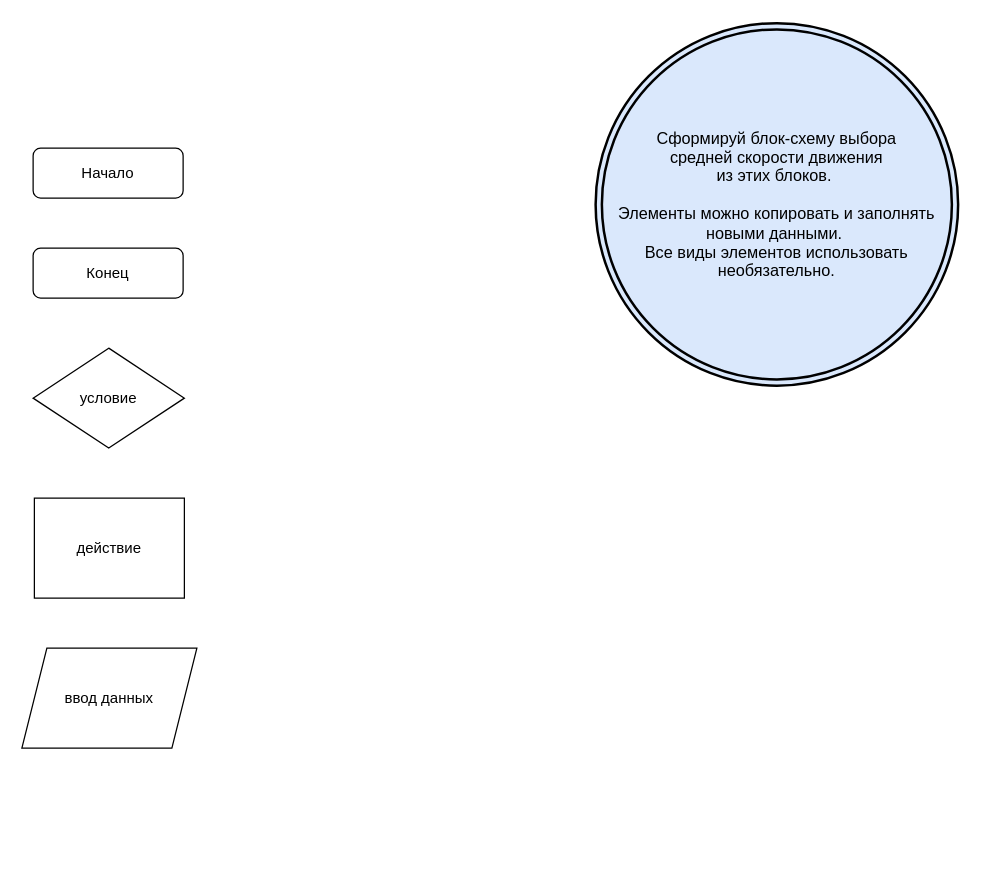
FreeStailer/QA_engineer keeps this draw.io diagram as yandex-routes-block-diagram.drawio. Above is the earlier version. Source tidied: cells renumbered, new cells numbered last; positions are measured from the earlier drawing's top-left corner, leaving out a move shared by most shapes. Both pictures are drawn from the tidied source at 125%, with x=0, y=0 at pixel (21, 22).
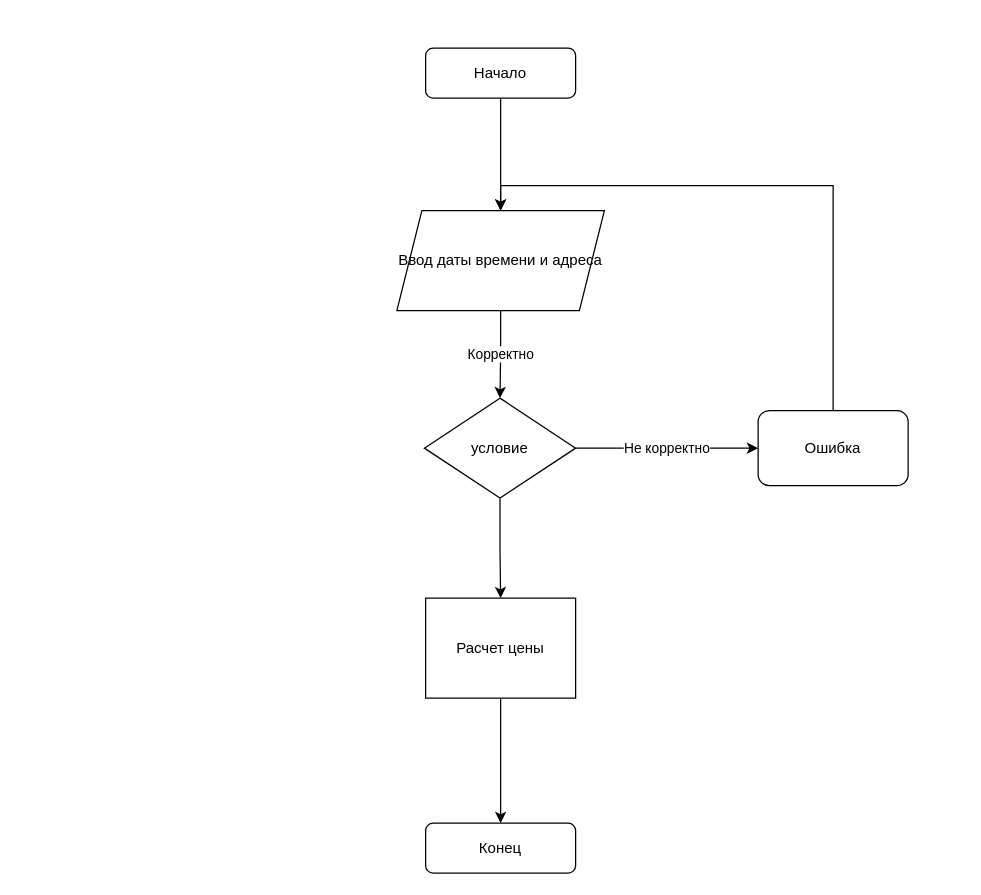
After the change.

The edit, as a diff of the source:
```diff
@@
 <mxGraphModel>
   <root>
     <mxCell id="0" />
     <mxCell id="1" parent="0" />
+    <mxCell id="8" style="edgeStyle=orthogonalEdgeStyle;rounded=0;jettySize=auto;html=1;" parent="1" edge="1" source="2" target="6">
+      <mxGeometry relative="1" as="geometry" />
+    </mxCell>
     <mxCell id="2" value="Начало" style="rounded=1;whiteSpace=wrap;html=1;" parent="1" vertex="1">
-      <mxGeometry x="9" y="100" width="120" height="40" as="geometry" />
+      <mxGeometry x="323" y="20" width="120" height="40" as="geometry" />
     </mxCell>
     <mxCell id="3" value="Конец" style="rounded=1;whiteSpace=wrap;html=1;" parent="1" vertex="1">
-      <mxGeometry x="9" y="180" width="120" height="40" as="geometry" />
+      <mxGeometry x="323" y="640" width="120" height="40" as="geometry" />
     </mxCell>
+    <mxCell id="9" style="edgeStyle=orthogonalEdgeStyle;rounded=0;jettySize=auto;html=1;" parent="1" edge="1" source="4" target="5">
+      <mxGeometry relative="1" as="geometry" />
+    </mxCell>
     <mxCell id="4" value="условие" style="rhombus;whiteSpace=wrap;html=1;" parent="1" vertex="1">
-      <mxGeometry x="9" y="260" width="121" height="80" as="geometry" />
+      <mxGeometry x="322" y="300" width="121" height="80" as="geometry" />
     </mxCell>
+    <mxCell id="10" style="edgeStyle=orthogonalEdgeStyle;rounded=0;jettySize=auto;html=1;" parent="1" edge="1" source="5" target="3">
+      <mxGeometry relative="1" as="geometry" />
+    </mxCell>
-    <mxCell id="5" value="действие" style="rounded=0;whiteSpace=wrap;html=1;" parent="1" vertex="1">
-      <mxGeometry x="10" y="380" width="120" height="80" as="geometry" />
+    <mxCell id="5" value="Расчет цены" style="rounded=0;whiteSpace=wrap;html=1;" parent="1" vertex="1">
+      <mxGeometry x="323" y="460" width="120" height="80" as="geometry" />
     </mxCell>
+    <mxCell id="11" value="Корректно" style="edgeStyle=orthogonalEdgeStyle;rounded=0;jettySize=auto;html=1;" parent="1" edge="1" source="6" target="4">
+      <mxGeometry relative="1" as="geometry" />
+    </mxCell>
-    <mxCell id="6" value="ввод данных" style="shape=parallelogram;perimeter=parallelogramPerimeter;whiteSpace=wrap;html=1;fixedSize=1;" parent="1" vertex="1">
-      <mxGeometry y="500" width="140" height="80" as="geometry" />
+    <mxCell id="6" value="Ввод даты времени и адреса" style="shape=parallelogram;perimeter=parallelogramPerimeter;whiteSpace=wrap;html=1;fixedSize=1;" parent="1" vertex="1">
+      <mxGeometry x="300" y="150" width="166" height="80" as="geometry" />
     </mxCell>
-    <mxCell id="7" value="&lt;p style=&quot;font-style: normal ; font-weight: normal ; letter-spacing: normal ; text-align: center ; text-indent: 0px ; text-transform: none ; word-spacing: 0px ; text-decoration: none ; margin: 0px ; font-stretch: normal ; line-height: normal ; font-size: 13px&quot;&gt;&lt;font style=&quot;font-size: 13px&quot;&gt;Сформируй блок-схему выбора&lt;/font&gt;&lt;/p&gt;&lt;p style=&quot;font-style: normal ; font-weight: normal ; letter-spacing: normal ; text-align: center ; text-indent: 0px ; text-transform: none ; word-spacing: 0px ; text-decoration: none ; margin: 0px ; font-stretch: normal ; line-height: normal ; font-size: 13px&quot;&gt;&lt;font style=&quot;font-size: 13px&quot;&gt;средней скорости движения&lt;/font&gt;&lt;/p&gt;&lt;p style=&quot;font-style: normal ; font-weight: normal ; letter-spacing: normal ; text-align: center ; text-indent: 0px ; text-transform: none ; word-spacing: 0px ; text-decoration: none ; margin: 0px ; font-stretch: normal ; line-height: normal ; font-size: 13px&quot;&gt;&lt;font style=&quot;font-size: 13px&quot;&gt;из этих блоков.&amp;nbsp;&lt;/font&gt;&lt;/p&gt;&lt;font style=&quot;font-size: 13px&quot;&gt;&lt;span style=&quot;font-style: normal ; font-weight: normal ; letter-spacing: normal ; text-align: center ; text-indent: 0px ; text-transform: none ; word-spacing: 0px ; text-decoration: none ; display: inline ; float: none&quot;&gt;&amp;nbsp;&lt;/span&gt;&lt;br style=&quot;font-style: normal ; font-weight: normal ; letter-spacing: normal ; text-align: center ; text-indent: 0px ; text-transform: none ; word-spacing: 0px ; text-decoration: none&quot;&gt;&lt;span style=&quot;font-style: normal ; font-weight: normal ; letter-spacing: normal ; text-align: center ; text-indent: 0px ; text-transform: none ; word-spacing: 0px ; text-decoration: none ; display: inline ; float: none&quot;&gt;Элементы можно копировать и заполнять новыми данными.&lt;span class=&quot;Apple-converted-space&quot;&gt;&amp;nbsp;&lt;/span&gt;&lt;/span&gt;&lt;br style=&quot;font-style: normal ; font-weight: normal ; letter-spacing: normal ; text-align: center ; text-indent: 0px ; text-transform: none ; word-spacing: 0px ; text-decoration: none&quot;&gt;&lt;/font&gt;&lt;p style=&quot;font-style: normal ; font-weight: normal ; letter-spacing: normal ; text-align: center ; text-indent: 0px ; text-transform: none ; word-spacing: 0px ; text-decoration: none ; margin: 0px ; font-stretch: normal ; line-height: normal ; font-size: 13px&quot;&gt;&lt;font style=&quot;font-size: 13px&quot;&gt;Все виды элементов использовать необязательно.&lt;/font&gt;&lt;/p&gt;" style="ellipse;shape=doubleEllipse;whiteSpace=wrap;html=1;strokeWidth=2;fillColor=#dae8fc;" parent="1" vertex="1">
-      <mxGeometry x="459" width="290" height="290" as="geometry" />
-    </mxCell>
+    <mxCell id="12" value="Не корректно" style="endArrow=classic;html=1;rounded=0;exitX=1;exitY=0.5;exitDx=0;exitDy=0;entryX=0;entryY=0.5;entryDx=0;entryDy=0;" parent="1" edge="1" source="4" target="14">
+      <mxGeometry relative="1" as="geometry" />
+    </mxCell>
+    <mxCell id="13" style="edgeStyle=orthogonalEdgeStyle;rounded=0;jettySize=auto;html=1;exitX=0.5;exitY=0;exitDx=0;exitDy=0;entryX=0.5;entryY=0;entryDx=0;entryDy=0;" parent="1" edge="1" source="14" target="6">
+      <mxGeometry relative="1" as="geometry" />
+    </mxCell>
+    <mxCell id="14" value="Ошибка" style="rounded=1;whiteSpace=wrap;html=1;" parent="1" vertex="1">
+      <mxGeometry x="589" y="310" width="120" height="60" as="geometry" />
+    </mxCell>
   </root>
 </mxGraphModel>
```
